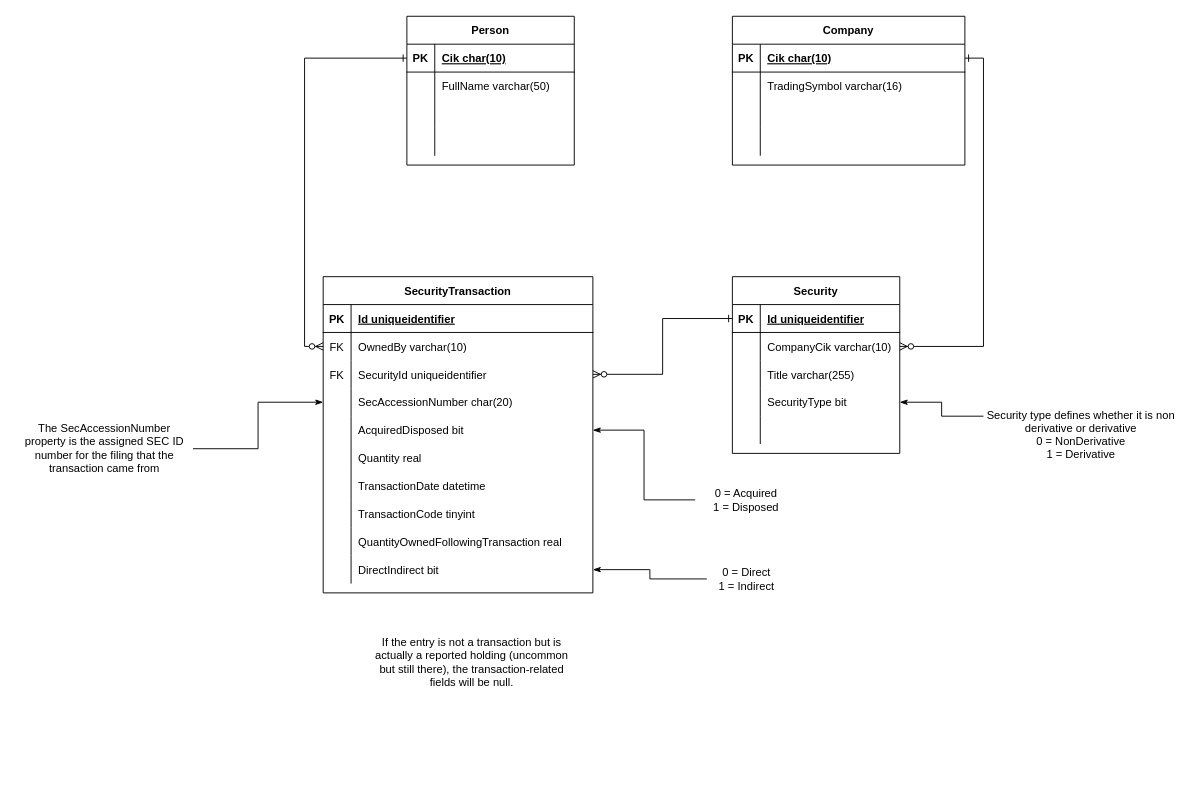
Before: AletheiaErd.drawio in TimHanewich/Aletheia-Engine-Library, a draw.io diagram. Source tidied: cells renumbered, new cells numbered last; positions are measured from the earlier drawing's top-left corner, leaving out a move shared by most shapes. Both pictures are drawn from the tidied source at 93%, with x=0, y=0 at pixel (16, 16).
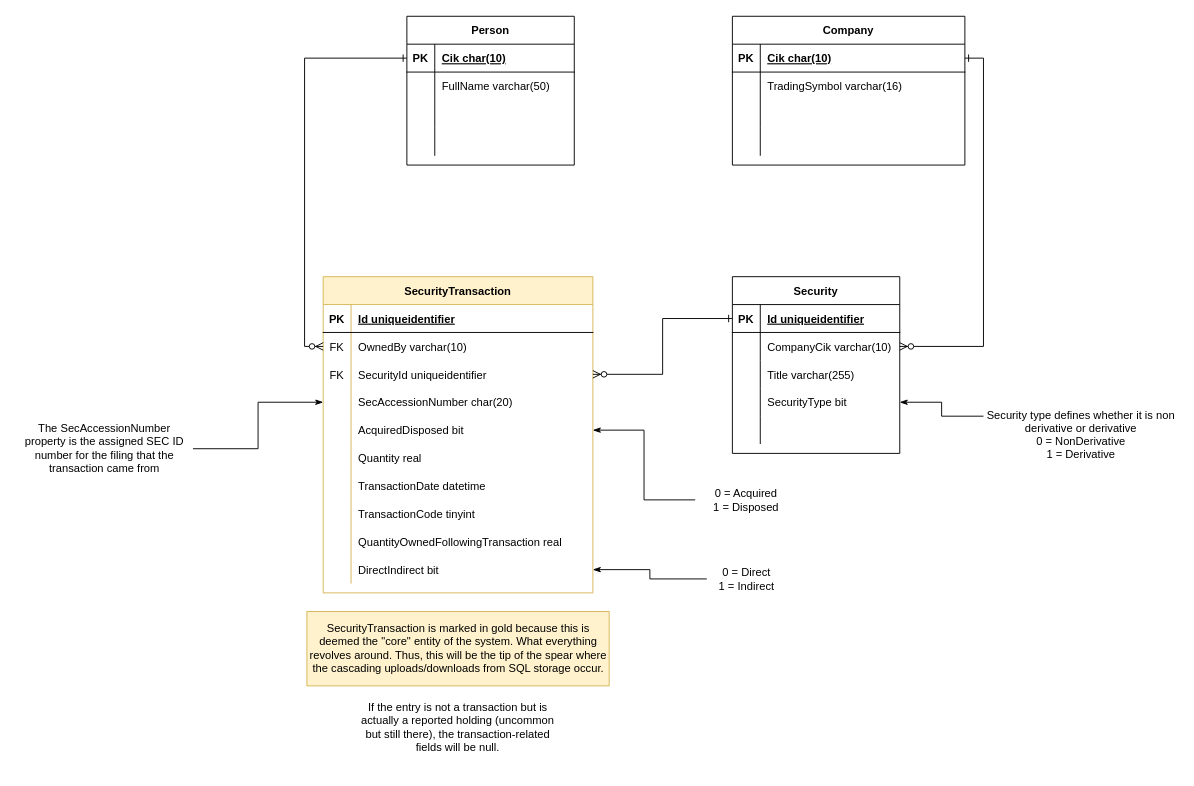
Above is the later version.

Commit message:
Marked SecurityTransaction as core entity in ERD

Diff of the diagram source:
```diff
@@
-    <mxCell id="44" value="SecurityTransaction" style="shape=table;startSize=30;childLayout=tableLayout;rowLines=0;fontStyle=1;align=center;" parent="1" vertex="1">
+    <mxCell id="44" value="SecurityTransaction" style="shape=table;startSize=30;childLayout=tableLayout;rowLines=0;fontStyle=1;align=center;fillColor=#fff2cc;strokeColor=#d6b656;" parent="1" vertex="1">
       <mxGeometry x="330" y="280" width="290" height="340" as="geometry" />
     </mxCell>
@@
     <mxCell id="86" value="If the entry is not a transaction but is actually a reported holding (uncommon but still there), the transaction-related fields will be null." style="text;html=1;strokeColor=none;fillColor=none;align=center;verticalAlign=middle;whiteSpace=wrap;rounded=0;" parent="1" vertex="1">
-      <mxGeometry x="380" y="650" width="220" height="90" as="geometry" />
+      <mxGeometry x="365" y="720" width="220" height="90" as="geometry" />
     </mxCell>
+    <mxCell id="87" value="SecurityTransaction is marked in gold because this is deemed the &quot;core&quot; entity of the system. What everything revolves around. Thus, this will be the tip of the spear where the cascading uploads/downloads from SQL storage occur." style="text;html=1;strokeColor=#d6b656;fillColor=#fff2cc;align=center;verticalAlign=middle;whiteSpace=wrap;rounded=0;" parent="1" vertex="1">
+      <mxGeometry x="312.5" y="640" width="325" height="80" as="geometry" />
+    </mxCell>
```
